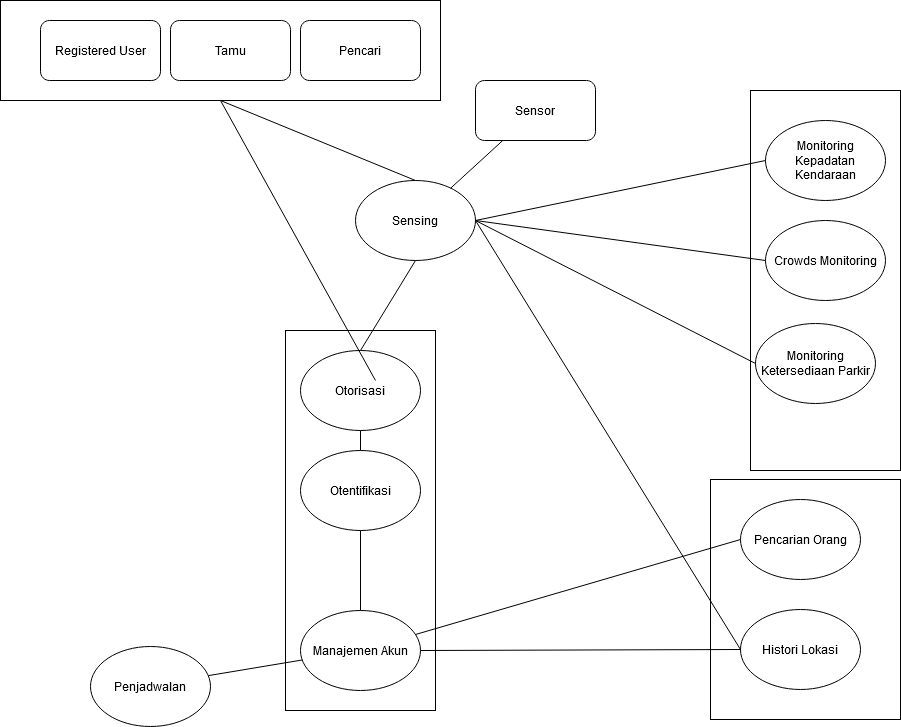
The draw.io diagram Diagram1.png in shadow17t/diagram, before a commit. Source tidied: cells renumbered, new cells last; positions are measured from the earlier drawing's top-left corner, leaving out a move shared by most shapes.
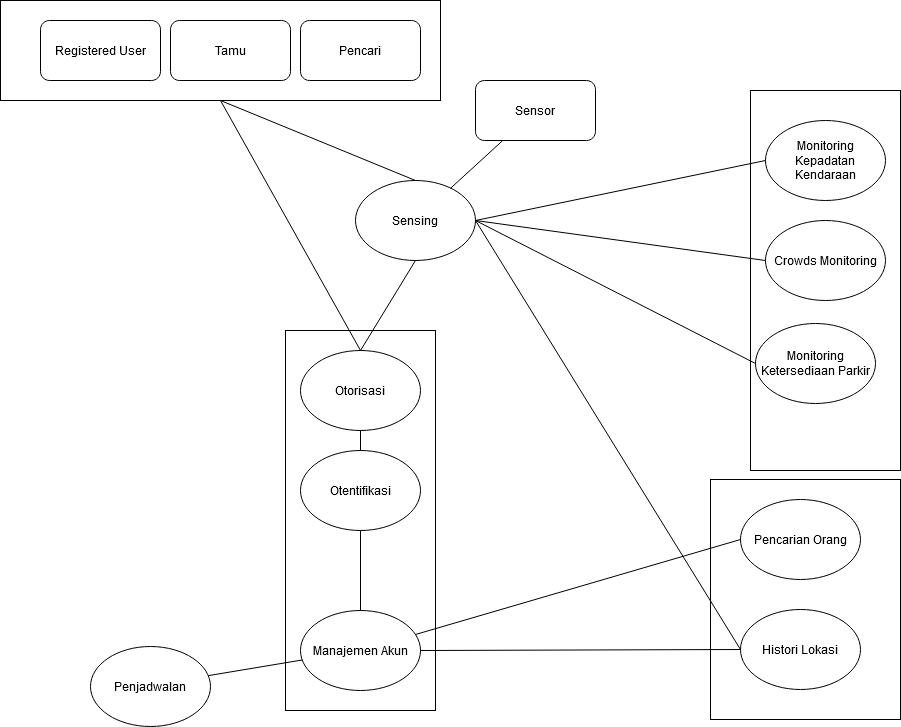
Later version of the same file.

Diff of the diagram source:
```diff
@@ -89,10 +89,8 @@
     <mxCell id="30" style="endArrow=none;html=1;" parent="1" edge="1" source="8" target="29">
       <mxGeometry relative="1" as="geometry" />
     </mxCell>
-    <mxCell id="31" style="endArrow=none;html=1;entryX=0.5;entryY=1;entryDx=0;entryDy=0;" parent="1" edge="1" target="2">
-      <mxGeometry relative="1" as="geometry">
-        <mxPoint x="375" y="380" as="sourcePoint" />
-      </mxGeometry>
+    <mxCell id="31" style="endArrow=none;html=1;entryX=0.5;entryY=1;entryDx=0;entryDy=0;exitX=0.5;exitY=0;exitDx=0;exitDy=0;" parent="1" edge="1" source="13" target="2">
+      <mxGeometry relative="1" as="geometry" />
     </mxCell>
     <mxCell id="32" style="endArrow=none;html=1;entryX=0.5;entryY=1;entryDx=0;entryDy=0;exitX=0.5;exitY=0;exitDx=0;exitDy=0;" parent="1" edge="1" source="8">
       <mxGeometry relative="1" as="geometry">
```
